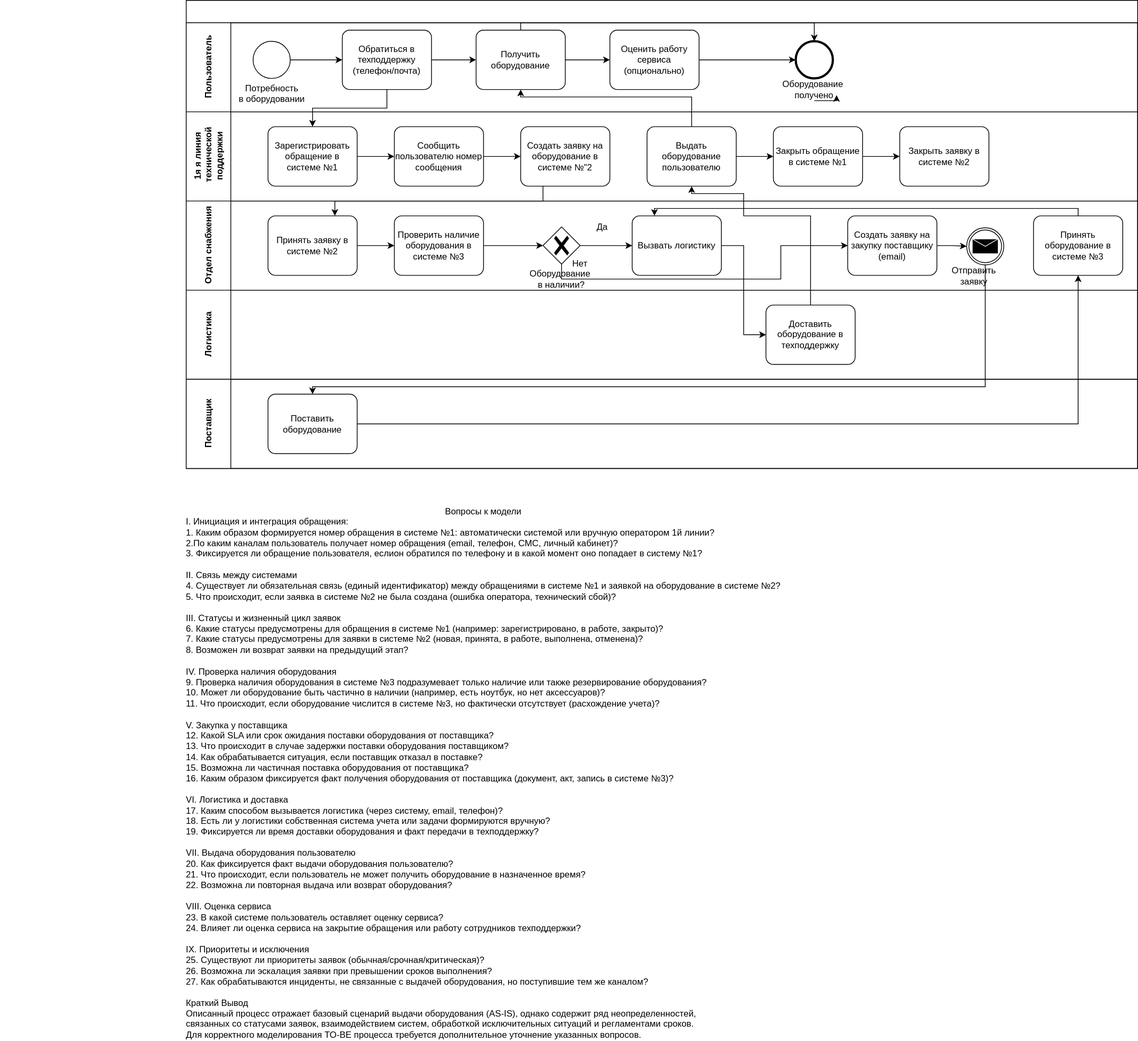
This is Получение оборудования.svg from zm456446/junior-fullstack-analyst-task, a draw.io export, as it was before one commit. Source tidied: cells renumbered, new cells last; positions are measured from the earlier drawing's top-left corner, leaving out a move shared by most shapes.
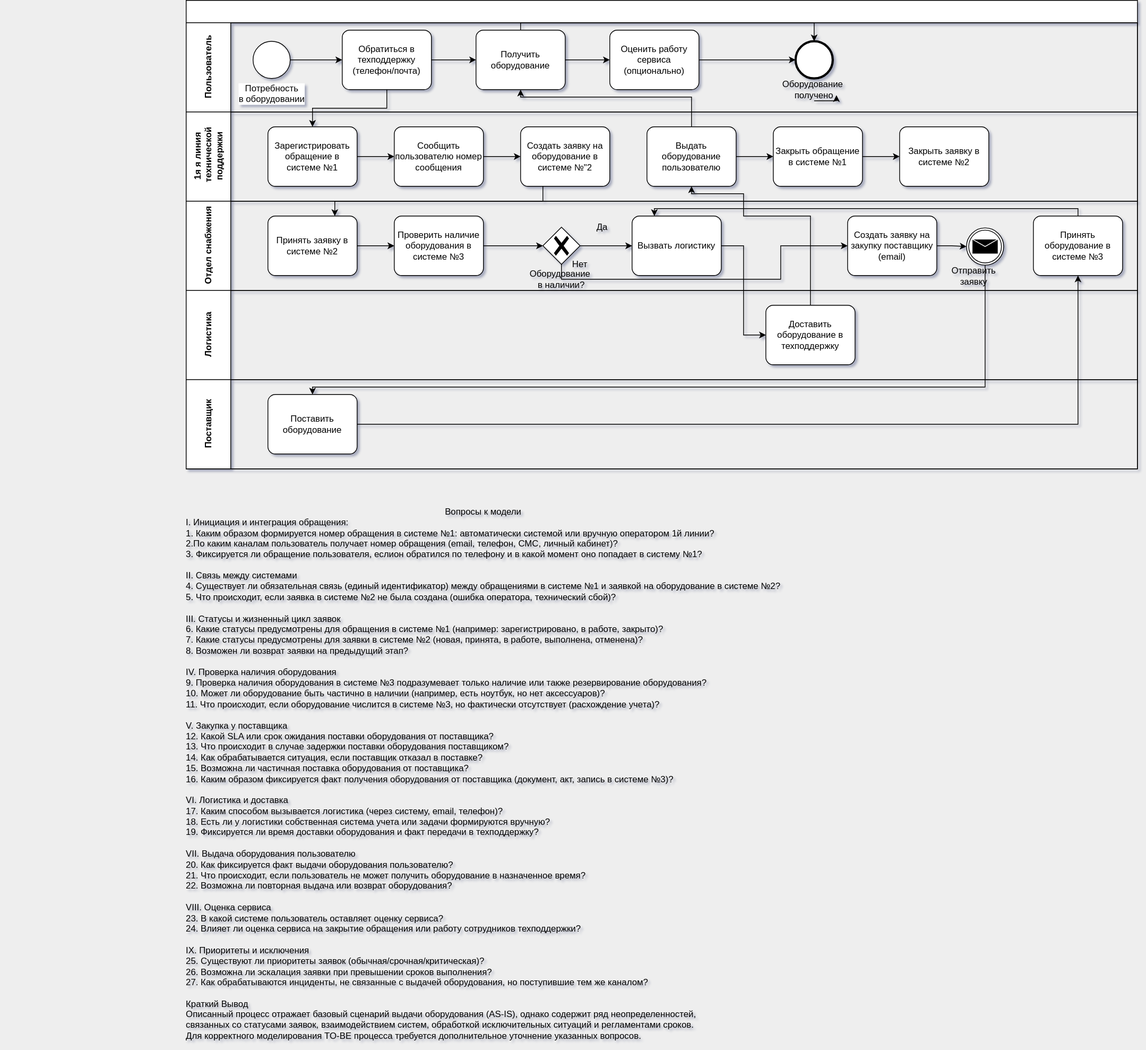
The same file after the commit.

What changed in the source:
```diff
@@ -1,4 +1,4 @@
-<mxGraphModel>
+<mxGraphModel background="#EEEEEE" shadow="1">
   <root>
     <mxCell id="0" />
     <mxCell id="1" parent="0" />
```
